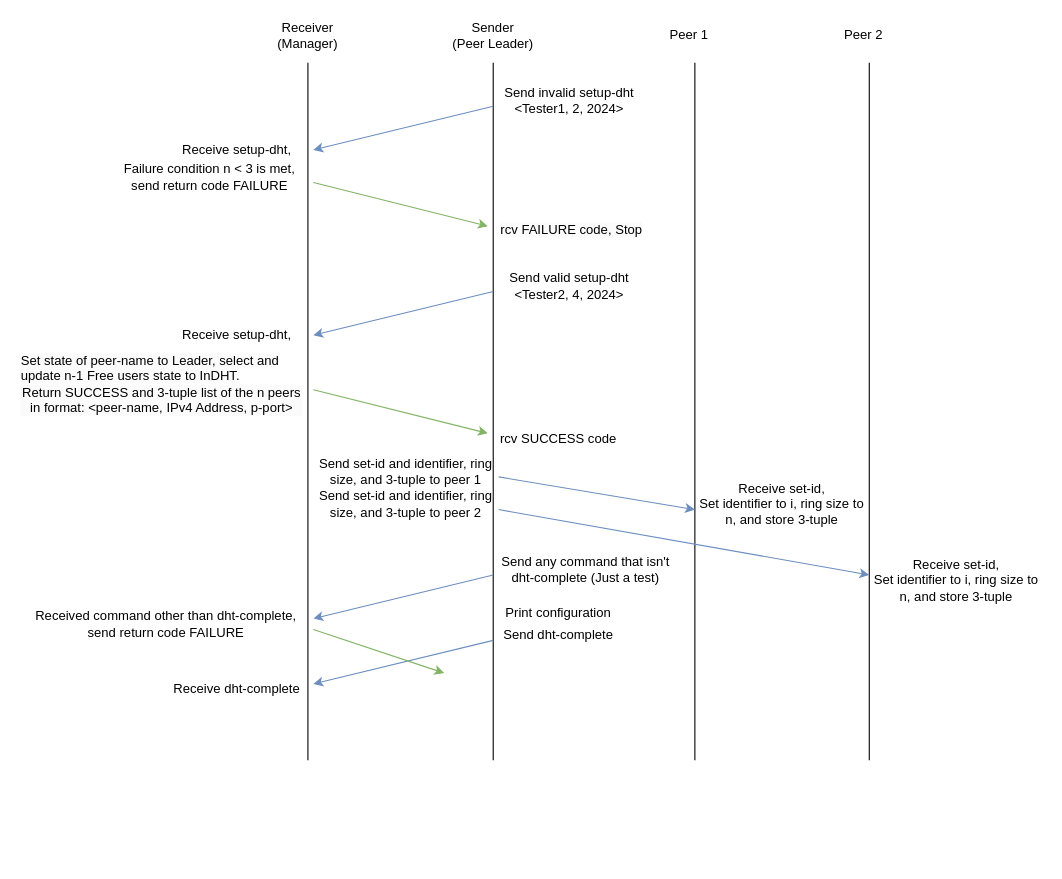
The draw.io diagram Final_TS2.drawio in TalonRoberts/cse360_helloworld, before the edit. Source tidied: cells renumbered, new cells numbered last; positions are measured from the earlier drawing's top-left corner, leaving out a move shared by most shapes. Both pictures are drawn from the tidied source at 109%, with x=0, y=0 at pixel (19, 19).
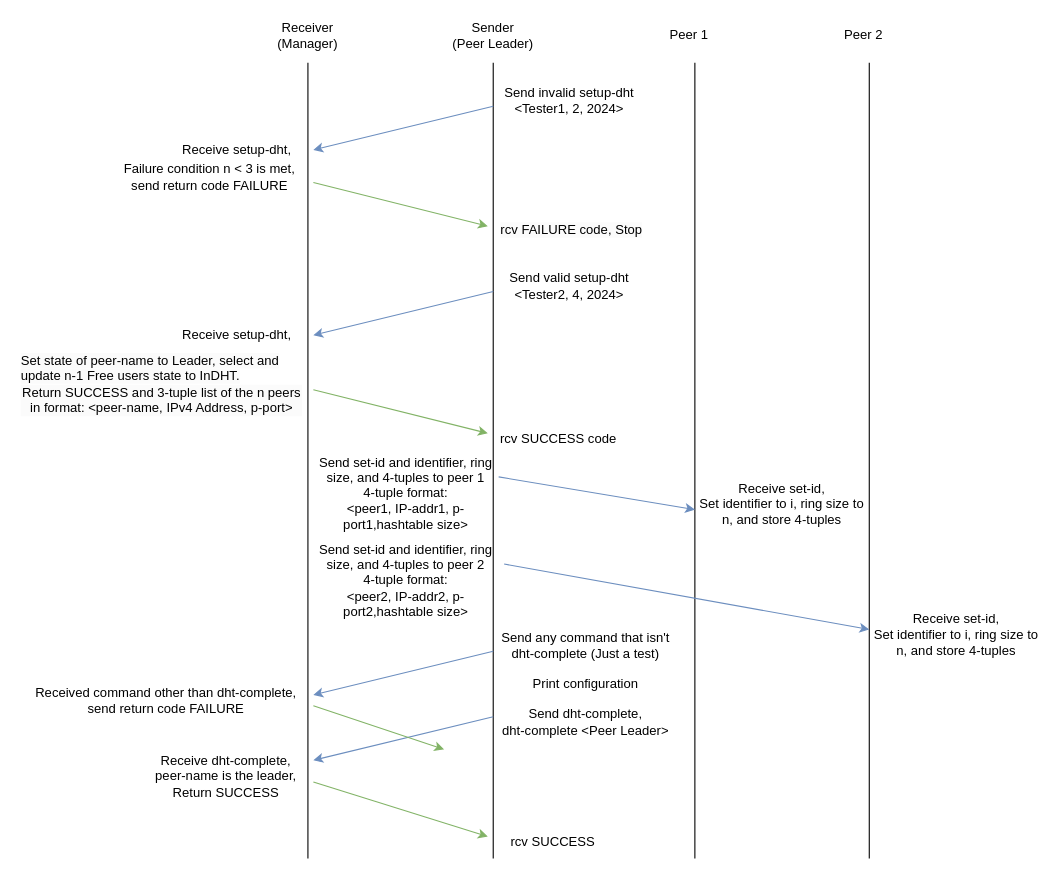
The same page after the edit.

Change to the diagram source:
```diff
@@
     <mxCell id="2" style="endArrow=none;html=1;rounded=0;" parent="1" edge="1">
       <mxGeometry relative="1" as="geometry">
-        <mxPoint x="265" y="680" as="sourcePoint" />
+        <mxPoint x="265" y="770" as="sourcePoint" />
         <mxPoint x="265" y="40" as="targetPoint" />
       </mxGeometry>
     </mxCell>
     <mxCell id="3" style="endArrow=none;html=1;rounded=0;" parent="1" edge="1">
       <mxGeometry relative="1" as="geometry">
-        <mxPoint x="435" y="680" as="sourcePoint" />
+        <mxPoint x="435" y="770" as="sourcePoint" />
         <mxPoint x="435" y="40" as="targetPoint" />
       </mxGeometry>
     </mxCell>
@@
-    <mxCell id="15" value="Send dht-complete" style="text;strokeColor=none;align=center;fillColor=none;html=1;verticalAlign=middle;whiteSpace=wrap;rounded=0;" parent="1" vertex="1">
-      <mxGeometry x="440" y="550" width="110" height="30" as="geometry" />
+    <mxCell id="15" value="Send dht-complete,&lt;div&gt;dht-complete &amp;lt;Peer&amp;nbsp;&lt;span style=&quot;--tw-scale-x: 1; --tw-scale-y: 1; --tw-pan-x: ; --tw-pan-y: ; --tw-pinch-zoom: ; --tw-scroll-snap-strictness: proximity; --tw-gradient-from-position: ; --tw-gradient-via-position: ; --tw-gradient-to-position: ; --tw-ordinal: ; --tw-slashed-zero: ; --tw-numeric-figure: ; --tw-numeric-spacing: ; --tw-numeric-fraction: ; --tw-ring-inset: ; --tw-ring-offset-width: 0px; --tw-ring-offset-color: light-dark(#fff, #000000); --tw-ring-color: rgb(59 130 246 / .5); --tw-ring-offset-shadow: 0 0 #0000; --tw-ring-shadow: 0 0 #0000; --tw-shadow: 0 0 #0000; --tw-shadow-colored: 0 0 #0000; --tw-blur: ; --tw-brightness: ; --tw-contrast: ; --tw-grayscale: ; --tw-hue-rotate: ; --tw-invert: ; --tw-saturate: ; --tw-sepia: ; --tw-drop-shadow: ; --tw-backdrop-blur: ; --tw-backdrop-brightness: ; --tw-backdrop-contrast: ; --tw-backdrop-grayscale: ; --tw-backdrop-hue-rotate: ; --tw-backdrop-invert: ; --tw-backdrop-opacity: ; --tw-backdrop-saturate: ; --tw-backdrop-sepia: ; color: light-dark(rgb(0, 0, 0), rgb(255, 255, 255)); background-color: transparent;&quot;&gt;Leader&lt;/span&gt;&amp;gt;&lt;/div&gt;" style="text;strokeColor=none;align=center;fillColor=none;html=1;verticalAlign=middle;whiteSpace=wrap;rounded=0;" parent="1" vertex="1">
+      <mxGeometry x="440" y="630" width="160" height="30" as="geometry" />
     </mxCell>
     <mxCell id="16" style="endArrow=classic;html=1;rounded=0;fillColor=#dae8fc;strokeColor=#6c8ebf;" parent="1" edge="1">
       <mxGeometry relative="1" as="geometry">
-        <mxPoint x="435" y="510" as="sourcePoint" />
-        <mxPoint x="270" y="550" as="targetPoint" />
+        <mxPoint x="435" y="580" as="sourcePoint" />
+        <mxPoint x="270" y="620" as="targetPoint" />
       </mxGeometry>
     </mxCell>
     <mxCell id="17" value="Send any command that isn't dht-complete (Just a test)" style="text;strokeColor=none;align=center;fillColor=none;html=1;verticalAlign=middle;whiteSpace=wrap;rounded=0;" parent="1" vertex="1">
-      <mxGeometry x="440" y="490" width="160" height="30" as="geometry" />
+      <mxGeometry x="440" y="560" width="160" height="30" as="geometry" />
     </mxCell>
     <mxCell id="18" style="endArrow=classic;html=1;rounded=0;fillColor=#dae8fc;strokeColor=#6c8ebf;" parent="1" edge="1">
       <mxGeometry relative="1" as="geometry">
-        <mxPoint x="435" y="570" as="sourcePoint" />
-        <mxPoint x="270" y="610" as="targetPoint" />
+        <mxPoint x="435" y="640" as="sourcePoint" />
+        <mxPoint x="270" y="680" as="targetPoint" />
       </mxGeometry>
     </mxCell>
     <mxCell id="19" value="Received command other than dht-complete, send return code FAILURE" style="text;strokeColor=none;align=center;fillColor=none;html=1;verticalAlign=middle;whiteSpace=wrap;rounded=0;" parent="1" vertex="1">
-      <mxGeometry x="10" y="540" width="250" height="30" as="geometry" />
+      <mxGeometry x="10" y="610" width="250" height="30" as="geometry" />
     </mxCell>
-    <mxCell id="20" value="Receive dht-complete" style="text;strokeColor=none;align=center;fillColor=none;html=1;verticalAlign=middle;whiteSpace=wrap;rounded=0;" parent="1" vertex="1">
-      <mxGeometry x="140" y="600" width="120" height="30" as="geometry" />
-    </mxCell>
     <mxCell id="21" style="endArrow=classic;html=1;rounded=0;fillColor=#d5e8d4;strokeColor=#82b366;" parent="1" edge="1">
       <mxGeometry relative="1" as="geometry">
-        <mxPoint x="270" y="560" as="sourcePoint" />
-        <mxPoint x="390" y="600" as="targetPoint" />
+        <mxPoint x="270" y="630" as="sourcePoint" />
+        <mxPoint x="390" y="670" as="targetPoint" />
       </mxGeometry>
     </mxCell>
@@
     <mxCell id="25" style="endArrow=none;html=1;rounded=0;" parent="1" edge="1">
       <mxGeometry relative="1" as="geometry">
-        <mxPoint x="620" y="680" as="sourcePoint" />
+        <mxPoint x="620" y="770" as="sourcePoint" />
         <mxPoint x="620" y="40" as="targetPoint" />
       </mxGeometry>
     </mxCell>
     <mxCell id="26" style="endArrow=none;html=1;rounded=0;" parent="1" edge="1">
       <mxGeometry relative="1" as="geometry">
-        <mxPoint x="780" y="680" as="sourcePoint" />
+        <mxPoint x="780" y="770" as="sourcePoint" />
         <mxPoint x="780" y="40" as="targetPoint" />
       </mxGeometry>
     </mxCell>
@@
     <mxCell id="30" style="endArrow=classic;html=1;rounded=0;fillColor=#dae8fc;strokeColor=#6c8ebf;" parent="1" edge="1">
       <mxGeometry relative="1" as="geometry">
-        <mxPoint x="440" y="450" as="sourcePoint" />
-        <mxPoint x="780" y="510" as="targetPoint" />
+        <mxPoint x="445" y="500" as="sourcePoint" />
+        <mxPoint x="780" y="560" as="targetPoint" />
       </mxGeometry>
     </mxCell>
-    <mxCell id="31" value="Send set-id and identifier, ring size, and 3-tuple to peer 1" style="text;strokeColor=none;align=center;fillColor=none;html=1;verticalAlign=middle;whiteSpace=wrap;rounded=0;" parent="1" vertex="1">
-      <mxGeometry x="270" y="400" width="170" height="30" as="geometry" />
+    <mxCell id="31" value="Send set-id and identifier, ring size, and 4-tuples to peer 1&lt;div&gt;4-tuple format:&lt;/div&gt;&lt;div&gt;&amp;lt;peer1, IP-addr1, p-port1,hashtable size&amp;gt;&lt;/div&gt;" style="text;strokeColor=none;align=center;fillColor=none;html=1;verticalAlign=middle;whiteSpace=wrap;rounded=0;" parent="1" vertex="1">
+      <mxGeometry x="270" y="420" width="170" height="30" as="geometry" />
     </mxCell>
-    <mxCell id="32" value="Send set-id and identifier, ring size, and 3-tuple to peer 2" style="text;strokeColor=none;align=center;fillColor=none;html=1;verticalAlign=middle;whiteSpace=wrap;rounded=0;" parent="1" vertex="1">
-      <mxGeometry x="270" y="430" width="170" height="30" as="geometry" />
+    <mxCell id="32" value="Send set-id and identifier, ring size, and 4-tuples to peer 2&lt;div&gt;&lt;div style=&quot;--tw-scale-x: 1; --tw-scale-y: 1; --tw-pan-x: ; --tw-pan-y: ; --tw-pinch-zoom: ; --tw-scroll-snap-strictness: proximity; --tw-gradient-from-position: ; --tw-gradient-via-position: ; --tw-gradient-to-position: ; --tw-ordinal: ; --tw-slashed-zero: ; --tw-numeric-figure: ; --tw-numeric-spacing: ; --tw-numeric-fraction: ; --tw-ring-inset: ; --tw-ring-offset-width: 0px; --tw-ring-offset-color: light-dark(#fff, #000000); --tw-ring-color: rgb(59 130 246 / .5); --tw-ring-offset-shadow: 0 0 #0000; --tw-ring-shadow: 0 0 #0000; --tw-shadow: 0 0 #0000; --tw-shadow-colored: 0 0 #0000; --tw-blur: ; --tw-brightness: ; --tw-contrast: ; --tw-grayscale: ; --tw-hue-rotate: ; --tw-invert: ; --tw-saturate: ; --tw-sepia: ; --tw-drop-shadow: ; --tw-backdrop-blur: ; --tw-backdrop-brightness: ; --tw-backdrop-contrast: ; --tw-backdrop-grayscale: ; --tw-backdrop-hue-rotate: ; --tw-backdrop-invert: ; --tw-backdrop-opacity: ; --tw-backdrop-saturate: ; --tw-backdrop-sepia: ;&quot;&gt;4-tuple format:&lt;/div&gt;&lt;div style=&quot;--tw-scale-x: 1; --tw-scale-y: 1; --tw-pan-x: ; --tw-pan-y: ; --tw-pinch-zoom: ; --tw-scroll-snap-strictness: proximity; --tw-gradient-from-position: ; --tw-gradient-via-position: ; --tw-gradient-to-position: ; --tw-ordinal: ; --tw-slashed-zero: ; --tw-numeric-figure: ; --tw-numeric-spacing: ; --tw-numeric-fraction: ; --tw-ring-inset: ; --tw-ring-offset-width: 0px; --tw-ring-offset-color: light-dark(#fff, #000000); --tw-ring-color: rgb(59 130 246 / .5); --tw-ring-offset-shadow: 0 0 #0000; --tw-ring-shadow: 0 0 #0000; --tw-shadow: 0 0 #0000; --tw-shadow-colored: 0 0 #0000; --tw-blur: ; --tw-brightness: ; --tw-contrast: ; --tw-grayscale: ; --tw-hue-rotate: ; --tw-invert: ; --tw-saturate: ; --tw-sepia: ; --tw-drop-shadow: ; --tw-backdrop-blur: ; --tw-backdrop-brightness: ; --tw-backdrop-contrast: ; --tw-backdrop-grayscale: ; --tw-backdrop-hue-rotate: ; --tw-backdrop-invert: ; --tw-backdrop-opacity: ; --tw-backdrop-saturate: ; --tw-backdrop-sepia: ;&quot;&gt;&amp;lt;peer2, IP-addr2, p-port2,hashtable size&amp;gt;&lt;/div&gt;&lt;/div&gt;" style="text;strokeColor=none;align=center;fillColor=none;html=1;verticalAlign=middle;whiteSpace=wrap;rounded=0;" parent="1" vertex="1">
+      <mxGeometry x="270" y="500" width="170" height="30" as="geometry" />
     </mxCell>
-    <mxCell id="33" value="Receive set-id,&lt;div&gt;Set identifier to i, ring size to n, and store 3-tuple&lt;/div&gt;" style="text;strokeColor=none;align=center;fillColor=none;html=1;verticalAlign=middle;whiteSpace=wrap;rounded=0;" parent="1" vertex="1">
+    <mxCell id="33" value="Receive set-id,&lt;div&gt;Set identifier to i, ring size to n, and store 4-tuples&lt;/div&gt;" style="text;strokeColor=none;align=center;fillColor=none;html=1;verticalAlign=middle;whiteSpace=wrap;rounded=0;" parent="1" vertex="1">
       <mxGeometry x="620" y="430" width="160" height="30" as="geometry" />
     </mxCell>
-    <mxCell id="34" value="Receive set-id,&lt;div&gt;Set identifier to i, ring size to n, and store 3-tuple&lt;/div&gt;" style="text;strokeColor=none;align=center;fillColor=none;html=1;verticalAlign=middle;whiteSpace=wrap;rounded=0;" parent="1" vertex="1">
-      <mxGeometry x="780" y="500" width="160" height="30" as="geometry" />
+    <mxCell id="34" value="Receive set-id,&lt;div&gt;Set identifier to i, ring size to n, and store 4-tuples&lt;/div&gt;" style="text;strokeColor=none;align=center;fillColor=none;html=1;verticalAlign=middle;whiteSpace=wrap;rounded=0;" parent="1" vertex="1">
+      <mxGeometry x="780" y="550" width="160" height="30" as="geometry" />
     </mxCell>
     <mxCell id="35" value="Print configuration" style="text;strokeColor=none;align=center;fillColor=none;html=1;verticalAlign=middle;whiteSpace=wrap;rounded=0;" parent="1" vertex="1">
-      <mxGeometry x="440" y="530" width="110" height="30" as="geometry" />
+      <mxGeometry x="465" y="600" width="110" height="20" as="geometry" />
     </mxCell>
+    <mxCell id="36" style="endArrow=classic;html=1;rounded=0;fillColor=#d5e8d4;strokeColor=#82b366;" parent="1" edge="1">
+      <mxGeometry relative="1" as="geometry">
+        <mxPoint x="270" y="700" as="sourcePoint" />
+        <mxPoint x="430" y="750" as="targetPoint" />
+      </mxGeometry>
+    </mxCell>
+    <mxCell id="37" value="rcv SUCCESS" style="text;strokeColor=none;align=center;fillColor=none;html=1;verticalAlign=middle;whiteSpace=wrap;rounded=0;" parent="1" vertex="1">
+      <mxGeometry x="450" y="740" width="80" height="30" as="geometry" />
+    </mxCell>
+    <mxCell id="38" value="Receive dht-complete,&lt;div&gt;peer-name is the leader,&lt;div style=&quot;--tw-scale-x: 1; --tw-scale-y: 1; --tw-pan-x: ; --tw-pan-y: ; --tw-pinch-zoom: ; --tw-scroll-snap-strictness: proximity; --tw-gradient-from-position: ; --tw-gradient-via-position: ; --tw-gradient-to-position: ; --tw-ordinal: ; --tw-slashed-zero: ; --tw-numeric-figure: ; --tw-numeric-spacing: ; --tw-numeric-fraction: ; --tw-ring-inset: ; --tw-ring-offset-width: 0px; --tw-ring-offset-color: light-dark(#fff, #000000); --tw-ring-color: rgb(59 130 246 / .5); --tw-ring-offset-shadow: 0 0 #0000; --tw-ring-shadow: 0 0 #0000; --tw-shadow: 0 0 #0000; --tw-shadow-colored: 0 0 #0000; --tw-blur: ; --tw-brightness: ; --tw-contrast: ; --tw-grayscale: ; --tw-hue-rotate: ; --tw-invert: ; --tw-saturate: ; --tw-sepia: ; --tw-drop-shadow: ; --tw-backdrop-blur: ; --tw-backdrop-brightness: ; --tw-backdrop-contrast: ; --tw-backdrop-grayscale: ; --tw-backdrop-hue-rotate: ; --tw-backdrop-invert: ; --tw-backdrop-opacity: ; --tw-backdrop-saturate: ; --tw-backdrop-sepia: ;&quot;&gt;Return SUCCESS&lt;/div&gt;&lt;/div&gt;" style="text;strokeColor=none;align=center;fillColor=none;html=1;verticalAlign=middle;whiteSpace=wrap;rounded=0;" parent="1" vertex="1">
+      <mxGeometry x="110" y="680" width="160" height="30" as="geometry" />
+    </mxCell>
```
